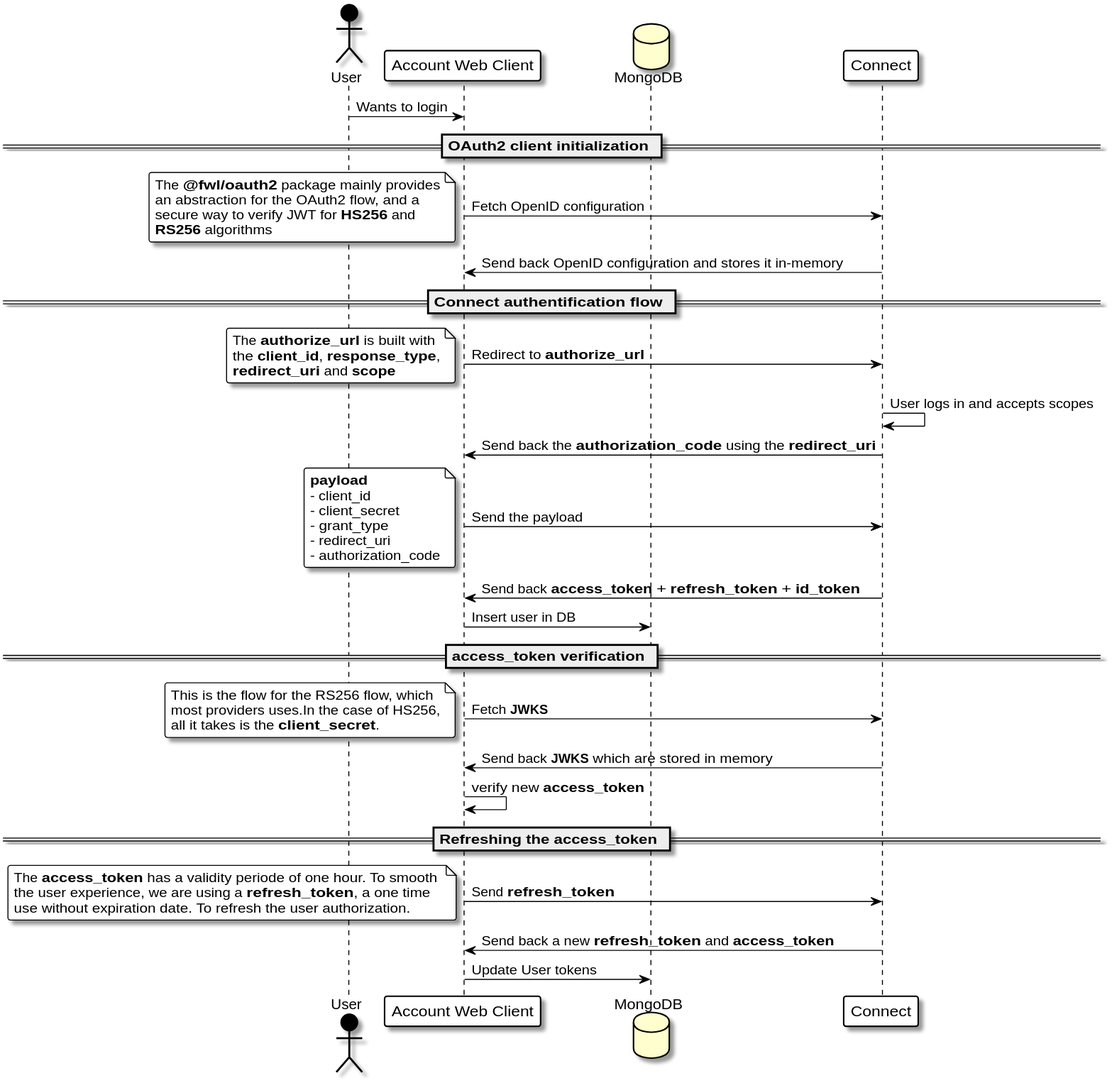
This is doc/oauth2-flow-diagram.svg from fewlinesco/connect-account, a PlantUML export, as it was before one commit.
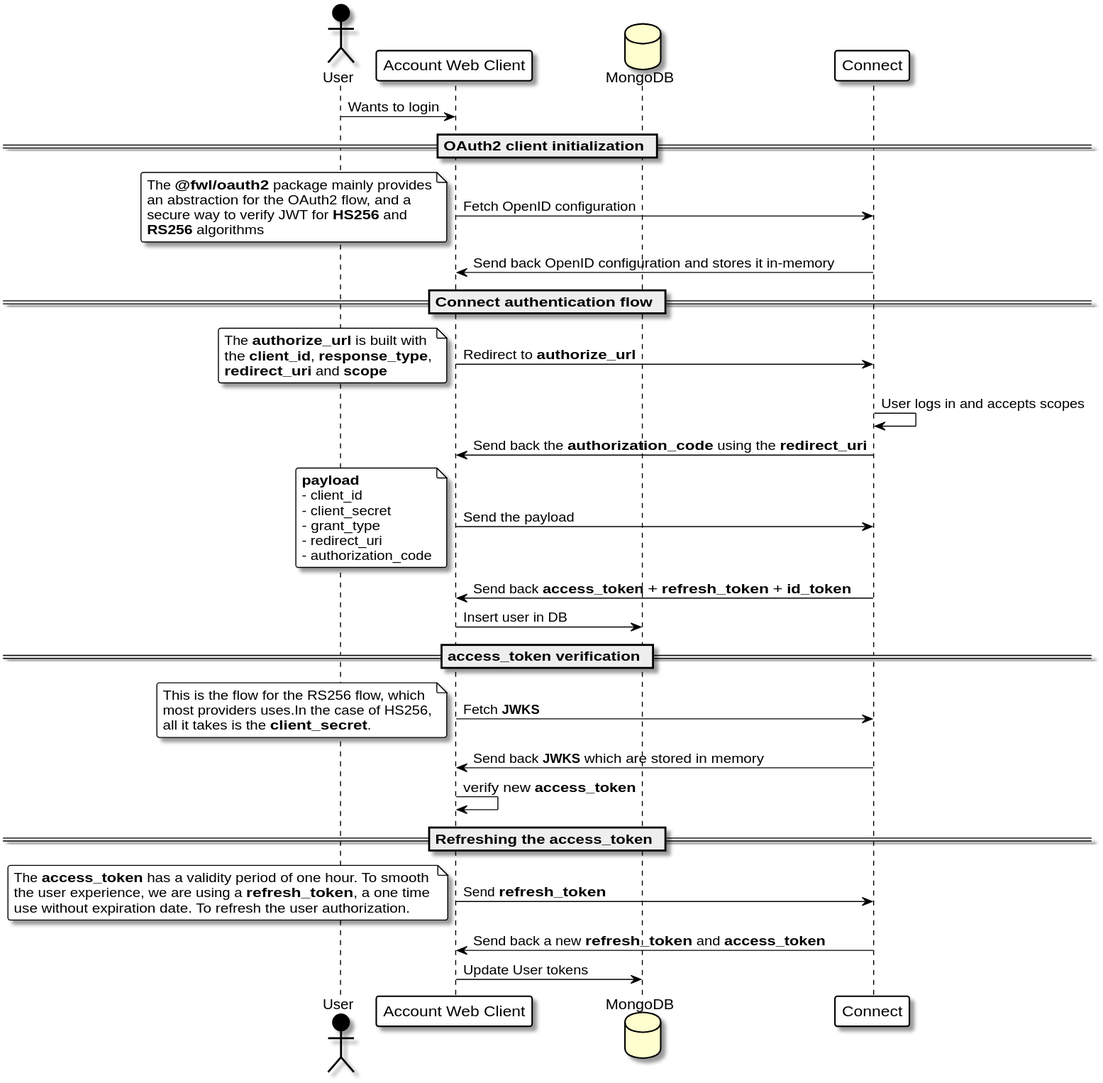
Above is the later version.

What changed in the source:
```diff
@@ -39,7 +39,7 @@
 end note
 connect -> account : Send back OpenID configuration and stores it in-memory
 
-== Connect authentification flow ==
+== Connect authentication flow ==
 
 account -> connect : Redirect to **authorize_url**
 note left
@@ -76,7 +76,7 @@
 
 account -> connect : Send **refresh_token**
 note left
-The **access_token** has a validity periode of one hour. To smooth
+The **access_token** has a validity period of one hour. To smooth
 the user experience, we are using a **refresh_token**, a one time
 use without expiration date. To refresh the user authorization.
 end note
```
